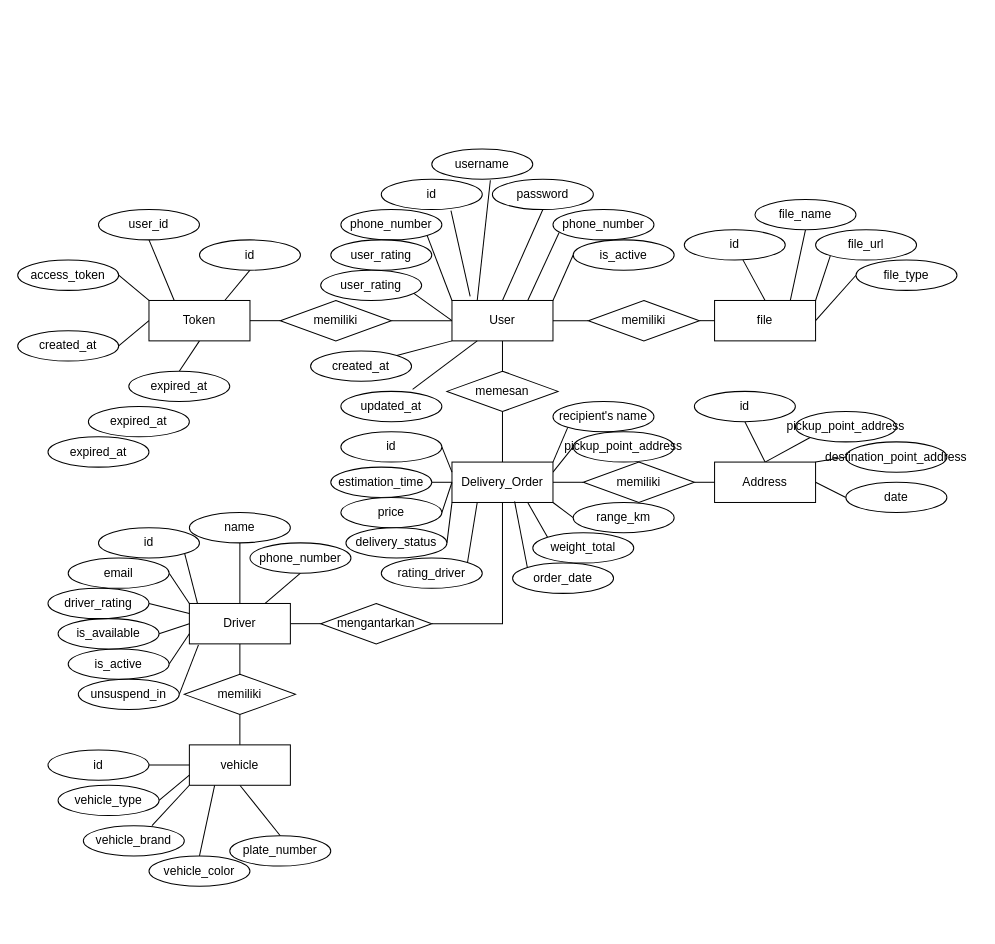
DemoNicky/technical-test keeps this draw.io diagram as starspace/erd.drawio. Above is the earlier version. Source tidied: cells renumbered, new cells numbered last; positions are measured from the earlier drawing's top-left corner, leaving out a move shared by most shapes. Both pictures are drawn from the tidied source at 101%, with x=0, y=0 at pixel (17, 148).
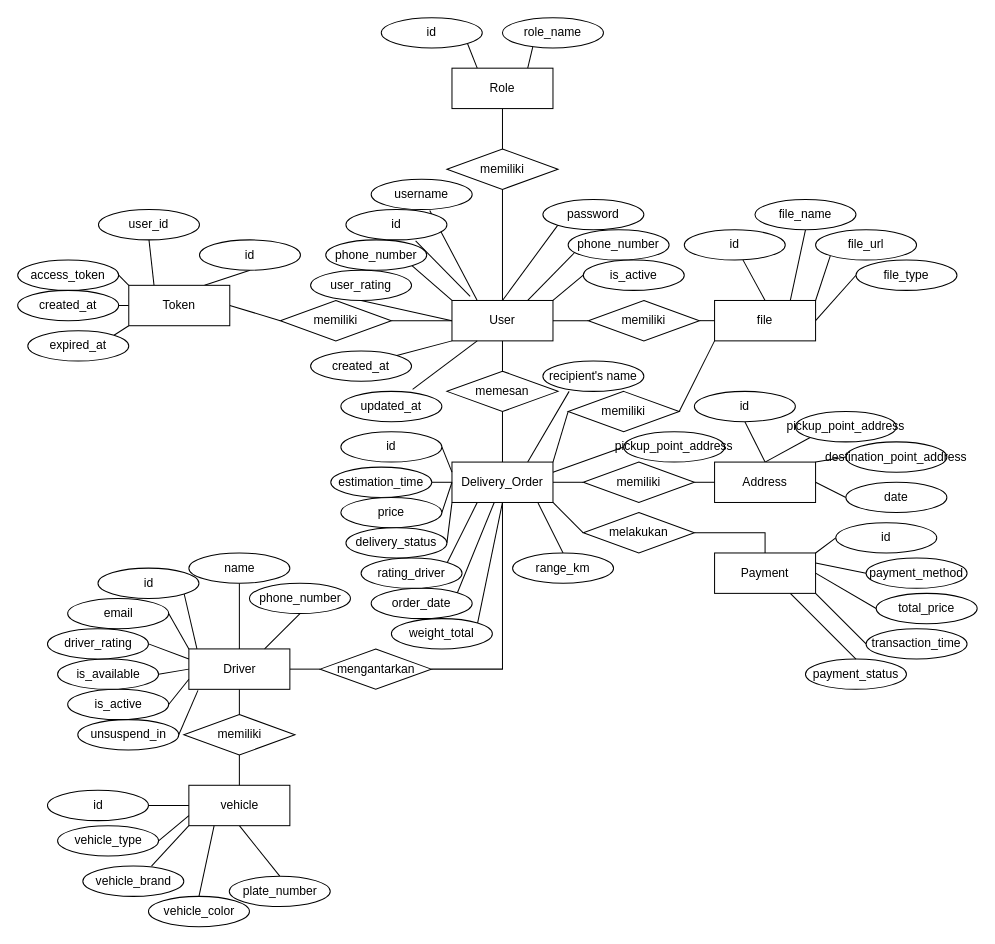
Above is the later version.

The change refers to these unchanged cells:
```xml
<mxCell id="6" value="User" style="rounded=0;whiteSpace=wrap;html=1;" parent="1" vertex="1">
  <mxGeometry x="430" y="150" width="100" height="40" as="geometry" />
</mxCell>
<mxCell id="16" value="memiliki" style="rhombus;whiteSpace=wrap;html=1;" parent="1" vertex="1">
  <mxGeometry x="260" y="150" width="110" height="40" as="geometry" />
</mxCell>
<mxCell id="27" value="file" style="rounded=0;whiteSpace=wrap;html=1;" parent="1" vertex="1">
  <mxGeometry x="690" y="150" width="100" height="40" as="geometry" />
</mxCell>
<mxCell id="44" value="Delivery_Order" style="rounded=0;whiteSpace=wrap;html=1;" parent="1" vertex="1">
  <mxGeometry x="430" y="310" width="100" height="40" as="geometry" />
</mxCell>
```

The edit, as a diff of the source:
```diff
@@
+    <mxCell id="120" style="edgeStyle=orthogonalEdgeStyle;rounded=0;jettySize=auto;html=1;exitX=0.5;exitY=0;exitDx=0;exitDy=0;endArrow=none;startFill=0;" parent="1" edge="1" source="6" target="126">
+      <mxGeometry relative="1" as="geometry" />
+    </mxCell>
@@
     <mxCell id="7" value="phone_number" style="ellipse;whiteSpace=wrap;html=1;" parent="1" vertex="1">
-      <mxGeometry x="530" y="60" width="100" height="30" as="geometry" />
+      <mxGeometry x="545" y="80" width="100" height="30" as="geometry" />
     </mxCell>
     <mxCell id="8" value="phone_number" style="ellipse;whiteSpace=wrap;html=1;" parent="1" vertex="1">
-      <mxGeometry x="320" y="60" width="100" height="30" as="geometry" />
+      <mxGeometry x="305" y="90" width="100" height="30" as="geometry" />
     </mxCell>
     <mxCell id="9" value="username" style="ellipse;whiteSpace=wrap;html=1;" parent="1" vertex="1">
-      <mxGeometry x="410" width="100" height="30" as="geometry" />
+      <mxGeometry x="350" y="30" width="100" height="30" as="geometry" />
     </mxCell>
     <mxCell id="10" value="password" style="ellipse;whiteSpace=wrap;html=1;" parent="1" vertex="1">
-      <mxGeometry x="470" y="30" width="100" height="30" as="geometry" />
+      <mxGeometry x="520" y="50" width="100" height="30" as="geometry" />
     </mxCell>
@@
     <mxCell id="12" value="is_active" style="ellipse;whiteSpace=wrap;html=1;" parent="1" vertex="1">
-      <mxGeometry x="550" y="90" width="100" height="30" as="geometry" />
+      <mxGeometry x="560" y="110" width="100" height="30" as="geometry" />
     </mxCell>
@@
     <mxCell id="14" value="user_rating" style="ellipse;whiteSpace=wrap;html=1;" parent="1" vertex="1">
-      <mxGeometry x="310" y="90" width="100" height="30" as="geometry" />
+      <mxGeometry x="290" y="120" width="100" height="30" as="geometry" />
     </mxCell>
@@
-    <mxCell id="17" style="edgeStyle=orthogonalEdgeStyle;rounded=0;jettySize=auto;html=1;exitX=1;exitY=0.5;exitDx=0;exitDy=0;entryX=0;entryY=0.5;entryDx=0;entryDy=0;endArrow=none;startFill=0;" parent="1" edge="1" source="23" target="16">
+    <mxCell id="17" style="rounded=0;jettySize=auto;html=1;exitX=1;exitY=0.5;exitDx=0;exitDy=0;entryX=0;entryY=0.5;entryDx=0;entryDy=0;endArrow=none;startFill=0;" parent="1" edge="1" source="23" target="16">
       <mxGeometry relative="1" as="geometry" />
     </mxCell>
@@
-    <mxCell id="22" style="rounded=0;jettySize=auto;html=1;exitX=0.5;exitY=1;exitDx=0;exitDy=0;entryX=0.5;entryY=0;entryDx=0;entryDy=0;endArrow=none;startFill=0;" parent="1" edge="1" source="23" target="87">
+    <mxCell id="22" style="rounded=0;jettySize=auto;html=1;exitX=0;exitY=1;exitDx=0;exitDy=0;entryX=1;entryY=0;entryDx=0;entryDy=0;endArrow=none;startFill=0;" parent="1" edge="1" source="23" target="87">
       <mxGeometry relative="1" as="geometry" />
     </mxCell>
     <mxCell id="23" value="Token" style="rounded=0;whiteSpace=wrap;html=1;" parent="1" vertex="1">
-      <mxGeometry x="130" y="150" width="100" height="40" as="geometry" />
+      <mxGeometry x="110" y="135" width="100" height="40" as="geometry" />
     </mxCell>
@@
-    <mxCell id="33" style="rounded=0;jettySize=auto;html=1;exitX=0.5;exitY=0;exitDx=0;exitDy=0;entryX=0.5;entryY=1;entryDx=0;entryDy=0;endArrow=none;startFill=0;" parent="1" edge="1" source="6" target="10">
+    <mxCell id="33" style="rounded=0;jettySize=auto;html=1;exitX=0.5;exitY=0;exitDx=0;exitDy=0;entryX=0;entryY=1;entryDx=0;entryDy=0;endArrow=none;startFill=0;" parent="1" edge="1" source="6" target="10">
       <mxGeometry relative="1" as="geometry" />
     </mxCell>
@@
     <mxCell id="38" value="Driver" style="rounded=0;whiteSpace=wrap;html=1;" parent="1" vertex="1">
-      <mxGeometry x="170" y="450" width="100" height="40" as="geometry" />
+      <mxGeometry x="169.5" y="495" width="100" height="40" as="geometry" />
     </mxCell>
-    <mxCell id="39" style="rounded=0;jettySize=auto;html=1;exitX=1;exitY=0;exitDx=0;exitDy=0;entryX=0;entryY=1;entryDx=0;entryDy=0;endArrow=none;startFill=0;" parent="1" edge="1" source="44" target="59">
+    <mxCell id="39" style="rounded=0;jettySize=auto;html=1;exitX=0.75;exitY=0;exitDx=0;exitDy=0;entryX=0.26;entryY=1;entryDx=0;entryDy=0;endArrow=none;startFill=0;entryPerimeter=0;" parent="1" edge="1" source="44" target="59">
       <mxGeometry relative="1" as="geometry" />
     </mxCell>
@@
-    <mxCell id="42" style="rounded=0;jettySize=auto;html=1;exitX=1;exitY=1;exitDx=0;exitDy=0;entryX=0;entryY=0.5;entryDx=0;entryDy=0;endArrow=none;startFill=0;" parent="1" edge="1" source="44" target="57">
+    <mxCell id="42" style="rounded=0;jettySize=auto;html=1;entryX=0.5;entryY=0;entryDx=0;entryDy=0;endArrow=none;startFill=0;exitX=0.8;exitY=0.75;exitDx=0;exitDy=0;exitPerimeter=0;" parent="1" edge="1" source="44" target="57">
       <mxGeometry relative="1" as="geometry" />
     </mxCell>
-    <mxCell id="43" style="rounded=0;jettySize=auto;html=1;exitX=0.75;exitY=1;exitDx=0;exitDy=0;entryX=0;entryY=0;entryDx=0;entryDy=0;endArrow=none;startFill=0;" parent="1" edge="1" source="44" target="56">
+    <mxCell id="43" style="rounded=0;jettySize=auto;html=1;exitX=0.5;exitY=1;exitDx=0;exitDy=0;entryX=1;entryY=0;entryDx=0;entryDy=0;endArrow=none;startFill=0;" parent="1" edge="1" source="44" target="56">
       <mxGeometry relative="1" as="geometry" />
     </mxCell>
+    <mxCell id="121" style="rounded=0;jettySize=auto;html=1;exitX=1;exitY=0;exitDx=0;exitDy=0;entryX=0;entryY=0.5;entryDx=0;entryDy=0;endArrow=none;startFill=0;" parent="1" edge="1" source="44" target="124">
+      <mxGeometry relative="1" as="geometry" />
+    </mxCell>
+    <mxCell id="122" style="rounded=0;jettySize=auto;html=1;exitX=1;exitY=1;exitDx=0;exitDy=0;endArrow=none;startFill=0;entryX=0;entryY=0.5;entryDx=0;entryDy=0;" parent="1" edge="1" source="44" target="133">
+      <mxGeometry relative="1" as="geometry" />
+    </mxCell>
@@
     <mxCell id="46" value="mengantarkan" style="rhombus;whiteSpace=wrap;html=1;" parent="1" vertex="1">
-      <mxGeometry x="300" y="450" width="110" height="40" as="geometry" />
+      <mxGeometry x="299.5" y="495" width="110" height="40" as="geometry" />
     </mxCell>
@@
     <mxCell id="49" value="id" style="ellipse;whiteSpace=wrap;html=1;" parent="1" vertex="1">
-      <mxGeometry x="360" y="30" width="100" height="30" as="geometry" />
+      <mxGeometry x="325" y="60" width="100" height="30" as="geometry" />
     </mxCell>
@@
     <mxCell id="56" value="&lt;span style=&quot;text-align: left;&quot;&gt;weight_total&lt;/span&gt;" style="ellipse;whiteSpace=wrap;html=1;" parent="1" vertex="1">
-      <mxGeometry x="510" y="380" width="100" height="30" as="geometry" />
+      <mxGeometry x="370" y="465" width="100" height="30" as="geometry" />
     </mxCell>
     <mxCell id="57" value="&lt;span style=&quot;text-align: left;&quot;&gt;range_km&lt;/span&gt;" style="ellipse;whiteSpace=wrap;html=1;" parent="1" vertex="1">
-      <mxGeometry x="550" y="350" width="100" height="30" as="geometry" />
+      <mxGeometry x="490" y="400" width="100" height="30" as="geometry" />
     </mxCell>
     <mxCell id="58" value="&lt;span style=&quot;text-align: left;&quot;&gt;pickup_point_address&lt;/span&gt;" style="ellipse;whiteSpace=wrap;html=1;" parent="1" vertex="1">
-      <mxGeometry x="550" y="280" width="100" height="30" as="geometry" />
+      <mxGeometry x="600" y="280" width="100" height="30" as="geometry" />
     </mxCell>
     <mxCell id="59" value="&lt;span style=&quot;text-align: left;&quot;&gt;recipient's name&lt;/span&gt;" style="ellipse;whiteSpace=wrap;html=1;" parent="1" vertex="1">
-      <mxGeometry x="530" y="250" width="100" height="30" as="geometry" />
+      <mxGeometry x="520" y="210" width="100" height="30" as="geometry" />
     </mxCell>
@@
     <mxCell id="65" value="&lt;span style=&quot;text-align: left;&quot;&gt;order_date&lt;/span&gt;" style="ellipse;whiteSpace=wrap;html=1;" parent="1" vertex="1">
-      <mxGeometry x="490" y="410" width="100" height="30" as="geometry" />
+      <mxGeometry x="350" y="435" width="100" height="30" as="geometry" />
     </mxCell>
@@
     <mxCell id="75" value="&lt;span style=&quot;text-align: left;&quot;&gt;rating_driver&lt;/span&gt;" style="ellipse;whiteSpace=wrap;html=1;" parent="1" vertex="1">
-      <mxGeometry x="360" y="405" width="100" height="30" as="geometry" />
+      <mxGeometry x="340" y="405" width="100" height="30" as="geometry" />
     </mxCell>
@@
-    <mxCell id="80" style="rounded=0;jettySize=auto;html=1;exitX=0;exitY=0;exitDx=0;exitDy=0;entryX=0.62;entryY=0.975;entryDx=0;entryDy=0;entryPerimeter=0;endArrow=none;startFill=0;" parent="1" edge="1" source="65" target="44">
+    <mxCell id="80" style="rounded=0;jettySize=auto;html=1;exitX=1;exitY=0;exitDx=0;exitDy=0;endArrow=none;startFill=0;" parent="1" edge="1" source="65" target="44">
       <mxGeometry relative="1" as="geometry" />
     </mxCell>
     <mxCell id="81" value="created_at" style="ellipse;whiteSpace=wrap;html=1;" parent="1" vertex="1">
-      <mxGeometry y="180" width="100" height="30" as="geometry" />
+      <mxGeometry y="140" width="100" height="30" as="geometry" />
     </mxCell>
@@
-    <mxCell id="83" value="user_rating" style="ellipse;whiteSpace=wrap;html=1;" parent="1" vertex="1">
-      <mxGeometry x="300" y="120" width="100" height="30" as="geometry" />
-    </mxCell>
@@
     <mxCell id="87" value="expired_at" style="ellipse;whiteSpace=wrap;html=1;" parent="1" vertex="1">
-      <mxGeometry x="110" y="220" width="100" height="30" as="geometry" />
+      <mxGeometry x="10" y="180" width="100" height="30" as="geometry" />
     </mxCell>
@@
     <mxCell id="89" value="id" style="ellipse;whiteSpace=wrap;html=1;" parent="1" vertex="1">
-      <mxGeometry x="80" y="375" width="100" height="30" as="geometry" />
+      <mxGeometry x="79.5" y="415" width="100" height="30" as="geometry" />
     </mxCell>
@@
     <mxCell id="91" value="name" style="ellipse;whiteSpace=wrap;html=1;" parent="1" vertex="1">
-      <mxGeometry x="170" y="360" width="100" height="30" as="geometry" />
+      <mxGeometry x="169.5" y="400" width="100" height="30" as="geometry" />
     </mxCell>
-    <mxCell id="92" value="expired_at" style="ellipse;whiteSpace=wrap;html=1;" parent="1" vertex="1">
-      <mxGeometry x="70" y="255" width="100" height="30" as="geometry" />
-    </mxCell>
-    <mxCell id="93" value="expired_at" style="ellipse;whiteSpace=wrap;html=1;" parent="1" vertex="1">
-      <mxGeometry x="30" y="285" width="100" height="30" as="geometry" />
-    </mxCell>
@@
     <mxCell id="95" value="&lt;span style=&quot;text-align: left;&quot;&gt;is_active&lt;/span&gt;" style="ellipse;whiteSpace=wrap;html=1;" parent="1" vertex="1">
-      <mxGeometry x="50" y="495" width="100" height="30" as="geometry" />
+      <mxGeometry x="49.5" y="535" width="100" height="30" as="geometry" />
     </mxCell>
@@
     <mxCell id="97" value="&lt;span style=&quot;text-align: left;&quot;&gt;is_available&lt;/span&gt;" style="ellipse;whiteSpace=wrap;html=1;" parent="1" vertex="1">
-      <mxGeometry x="40" y="465" width="100" height="30" as="geometry" />
+      <mxGeometry x="39.5" y="505" width="100" height="30" as="geometry" />
     </mxCell>
@@
     <mxCell id="99" value="&lt;span style=&quot;text-align: left;&quot;&gt;unsuspend_in&lt;/span&gt;" style="ellipse;whiteSpace=wrap;html=1;" parent="1" vertex="1">
-      <mxGeometry x="60" y="525" width="100" height="30" as="geometry" />
+      <mxGeometry x="59.5" y="565" width="100" height="30" as="geometry" />
     </mxCell>
@@
     <mxCell id="101" value="phone_number" style="ellipse;whiteSpace=wrap;html=1;" parent="1" vertex="1">
-      <mxGeometry x="230" y="390" width="100" height="30" as="geometry" />
+      <mxGeometry x="229.5" y="430" width="100" height="30" as="geometry" />
     </mxCell>
@@
     <mxCell id="103" value="email" style="ellipse;whiteSpace=wrap;html=1;" parent="1" vertex="1">
-      <mxGeometry x="50" y="405" width="100" height="30" as="geometry" />
+      <mxGeometry x="49.5" y="445" width="100" height="30" as="geometry" />
     </mxCell>
@@
     <mxCell id="105" value="driver_rating" style="ellipse;whiteSpace=wrap;html=1;" parent="1" vertex="1">
-      <mxGeometry x="30" y="435" width="100" height="30" as="geometry" />
+      <mxGeometry x="29.5" y="475" width="100" height="30" as="geometry" />
     </mxCell>
@@
     <mxCell id="107" value="vehicle" style="rounded=0;whiteSpace=wrap;html=1;" parent="1" vertex="1">
-      <mxGeometry x="170" y="590" width="100" height="40" as="geometry" />
+      <mxGeometry x="169.5" y="630" width="100" height="40" as="geometry" />
     </mxCell>
@@
     <mxCell id="110" value="memiliki" style="rhombus;whiteSpace=wrap;html=1;" parent="1" vertex="1">
-      <mxGeometry x="165" y="520" width="110" height="40" as="geometry" />
+      <mxGeometry x="164.5" y="560" width="110" height="40" as="geometry" />
     </mxCell>
@@
     <mxCell id="112" value="&lt;span style=&quot;text-align: left;&quot;&gt;id&lt;/span&gt;" style="ellipse;whiteSpace=wrap;html=1;" parent="1" vertex="1">
-      <mxGeometry x="30" y="595" width="100" height="30" as="geometry" />
+      <mxGeometry x="29.5" y="635" width="100" height="30" as="geometry" />
     </mxCell>
@@
     <mxCell id="114" value="&lt;span style=&quot;text-align: left;&quot;&gt;vehicle_type&lt;/span&gt;" style="ellipse;whiteSpace=wrap;html=1;" parent="1" vertex="1">
-      <mxGeometry x="40" y="630" width="100" height="30" as="geometry" />
+      <mxGeometry x="39.5" y="670" width="100" height="30" as="geometry" />
     </mxCell>
@@
     <mxCell id="116" value="&lt;span style=&quot;text-align: left;&quot;&gt;vehicle_brand&lt;/span&gt;" style="ellipse;whiteSpace=wrap;html=1;" parent="1" vertex="1">
-      <mxGeometry x="65" y="670" width="100" height="30" as="geometry" />
+      <mxGeometry x="64.5" y="710" width="100" height="30" as="geometry" />
     </mxCell>
@@
     <mxCell id="118" value="&lt;span style=&quot;text-align: left;&quot;&gt;vehicle_color&lt;/span&gt;" style="ellipse;whiteSpace=wrap;html=1;" parent="1" vertex="1">
-      <mxGeometry x="130" y="700" width="100" height="30" as="geometry" />
+      <mxGeometry x="129.5" y="740" width="100" height="30" as="geometry" />
     </mxCell>
     <mxCell id="119" value="&lt;span style=&quot;text-align: left;&quot;&gt;plate_number&lt;/span&gt;" style="ellipse;whiteSpace=wrap;html=1;" parent="1" vertex="1">
-      <mxGeometry x="210" y="680" width="100" height="30" as="geometry" />
+      <mxGeometry x="209.5" y="720" width="100" height="30" as="geometry" />
     </mxCell>
+    <mxCell id="123" style="rounded=0;jettySize=auto;html=1;exitX=1;exitY=0.5;exitDx=0;exitDy=0;entryX=0;entryY=1;entryDx=0;entryDy=0;endArrow=none;startFill=0;" parent="1" edge="1" source="124" target="27">
+      <mxGeometry relative="1" as="geometry" />
+    </mxCell>
+    <mxCell id="124" value="memiliki" style="rhombus;whiteSpace=wrap;html=1;" parent="1" vertex="1">
+      <mxGeometry x="545" y="240" width="110" height="40" as="geometry" />
+    </mxCell>
+    <mxCell id="125" style="edgeStyle=orthogonalEdgeStyle;rounded=0;jettySize=auto;html=1;exitX=0.5;exitY=0;exitDx=0;exitDy=0;entryX=0.5;entryY=1;entryDx=0;entryDy=0;endArrow=none;startFill=0;" parent="1" edge="1" source="126" target="128">
+      <mxGeometry relative="1" as="geometry" />
+    </mxCell>
+    <mxCell id="126" value="memiliki" style="rhombus;whiteSpace=wrap;html=1;" parent="1" vertex="1">
+      <mxGeometry x="425" width="110" height="40" as="geometry" />
+    </mxCell>
+    <mxCell id="127" style="rounded=0;jettySize=auto;html=1;exitX=0.25;exitY=0;exitDx=0;exitDy=0;entryX=1;entryY=1;entryDx=0;entryDy=0;endArrow=none;startFill=0;" parent="1" edge="1" source="128" target="129">
+      <mxGeometry relative="1" as="geometry" />
+    </mxCell>
+    <mxCell id="128" value="Role" style="rounded=0;whiteSpace=wrap;html=1;" parent="1" vertex="1">
+      <mxGeometry x="430" y="-80" width="100" height="40" as="geometry" />
+    </mxCell>
+    <mxCell id="129" value="id" style="ellipse;whiteSpace=wrap;html=1;" parent="1" vertex="1">
+      <mxGeometry x="360" y="-130" width="100" height="30" as="geometry" />
+    </mxCell>
+    <mxCell id="130" value="role_name" style="ellipse;whiteSpace=wrap;html=1;" parent="1" vertex="1">
+      <mxGeometry x="480" y="-130" width="100" height="30" as="geometry" />
+    </mxCell>
+    <mxCell id="131" style="rounded=0;jettySize=auto;html=1;exitX=0.75;exitY=0;exitDx=0;exitDy=0;entryX=0.3;entryY=0.967;entryDx=0;entryDy=0;entryPerimeter=0;endArrow=none;startFill=0;" parent="1" edge="1" source="128" target="130">
+      <mxGeometry relative="1" as="geometry" />
+    </mxCell>
+    <mxCell id="132" style="edgeStyle=orthogonalEdgeStyle;rounded=0;jettySize=auto;html=1;exitX=1;exitY=0.5;exitDx=0;exitDy=0;entryX=0.5;entryY=0;entryDx=0;entryDy=0;endArrow=none;startFill=0;" parent="1" edge="1" source="133" target="138">
+      <mxGeometry relative="1" as="geometry" />
+    </mxCell>
+    <mxCell id="133" value="melakukan" style="rhombus;whiteSpace=wrap;html=1;" parent="1" vertex="1">
+      <mxGeometry x="560" y="360" width="110" height="40" as="geometry" />
+    </mxCell>
+    <mxCell id="134" style="rounded=0;jettySize=auto;html=1;exitX=1;exitY=0;exitDx=0;exitDy=0;entryX=0;entryY=0.5;entryDx=0;entryDy=0;endArrow=none;startFill=0;" parent="1" edge="1" source="138" target="143">
+      <mxGeometry relative="1" as="geometry" />
+    </mxCell>
+    <mxCell id="135" style="rounded=0;jettySize=auto;html=1;exitX=1;exitY=0.25;exitDx=0;exitDy=0;entryX=0;entryY=0.5;entryDx=0;entryDy=0;endArrow=none;startFill=0;" parent="1" edge="1" source="138" target="142">
+      <mxGeometry relative="1" as="geometry" />
+    </mxCell>
+    <mxCell id="136" style="rounded=0;jettySize=auto;html=1;exitX=1;exitY=0.5;exitDx=0;exitDy=0;entryX=0;entryY=0.5;entryDx=0;entryDy=0;endArrow=none;startFill=0;" parent="1" edge="1" source="138" target="141">
+      <mxGeometry relative="1" as="geometry" />
+    </mxCell>
+    <mxCell id="137" style="rounded=0;jettySize=auto;html=1;exitX=1;exitY=1;exitDx=0;exitDy=0;entryX=0;entryY=0.5;entryDx=0;entryDy=0;endArrow=none;startFill=0;" parent="1" edge="1" source="138" target="140">
+      <mxGeometry relative="1" as="geometry" />
+    </mxCell>
+    <mxCell id="138" value="Payment" style="rounded=0;whiteSpace=wrap;html=1;" parent="1" vertex="1">
+      <mxGeometry x="690" y="400" width="100" height="40" as="geometry" />
+    </mxCell>
+    <mxCell id="139" value="&lt;span style=&quot;text-align: left;&quot;&gt;payment_status&lt;/span&gt;" style="ellipse;whiteSpace=wrap;html=1;" parent="1" vertex="1">
+      <mxGeometry x="780" y="505" width="100" height="30" as="geometry" />
+    </mxCell>
+    <mxCell id="140" value="&lt;span style=&quot;text-align: left;&quot;&gt;transaction_time&lt;/span&gt;" style="ellipse;whiteSpace=wrap;html=1;" parent="1" vertex="1">
+      <mxGeometry x="840" y="475" width="100" height="30" as="geometry" />
+    </mxCell>
+    <mxCell id="141" value="&lt;span style=&quot;text-align: left;&quot;&gt;total_price&lt;/span&gt;" style="ellipse;whiteSpace=wrap;html=1;" parent="1" vertex="1">
+      <mxGeometry x="850" y="440" width="100" height="30" as="geometry" />
+    </mxCell>
+    <mxCell id="142" value="&lt;span style=&quot;text-align: left;&quot;&gt;payment_method&lt;/span&gt;" style="ellipse;whiteSpace=wrap;html=1;" parent="1" vertex="1">
+      <mxGeometry x="840" y="405" width="100" height="30" as="geometry" />
+    </mxCell>
+    <mxCell id="143" value="&lt;span style=&quot;text-align: left;&quot;&gt;id&lt;/span&gt;" style="ellipse;whiteSpace=wrap;html=1;" parent="1" vertex="1">
+      <mxGeometry x="810" y="370" width="100" height="30" as="geometry" />
+    </mxCell>
+    <mxCell id="144" style="rounded=0;jettySize=auto;html=1;exitX=0.75;exitY=1;exitDx=0;exitDy=0;endArrow=none;startFill=0;entryX=0.5;entryY=0;entryDx=0;entryDy=0;" parent="1" edge="1" source="138" target="139">
+      <mxGeometry relative="1" as="geometry" />
+    </mxCell>
```
